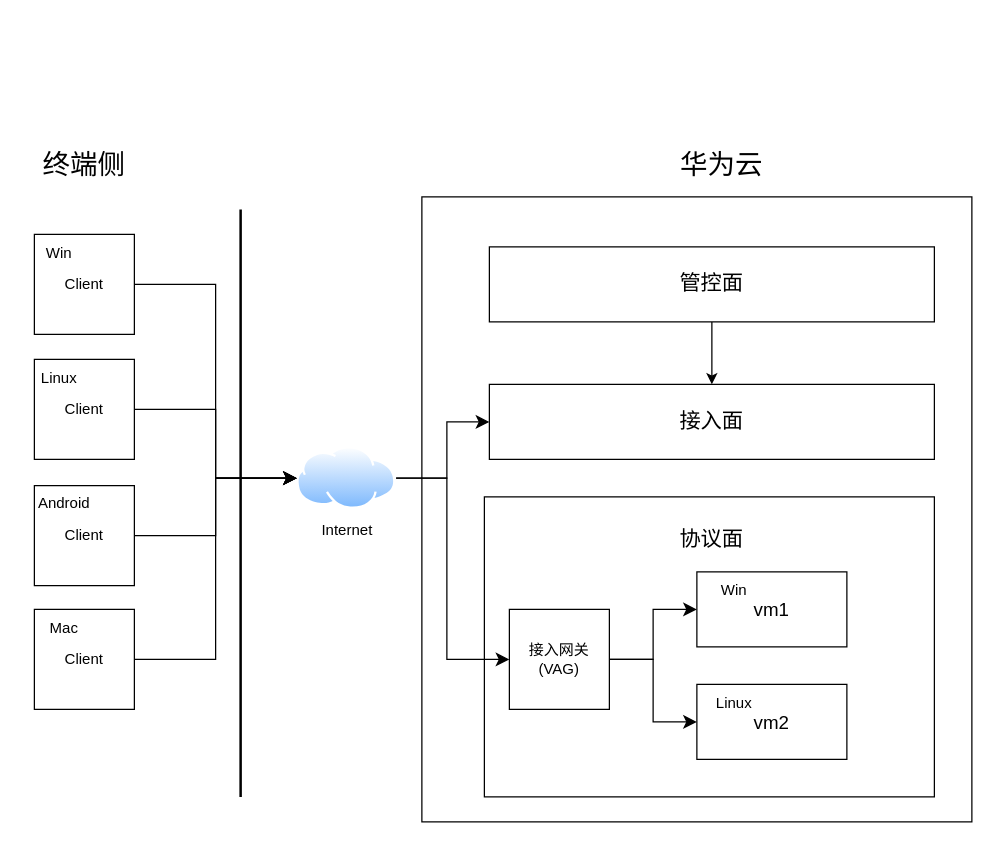
Above: workspace技术架构图.drawio in gduthhq/graphic (draw.io), before the change. Source tidied: cells renumbered, new cells numbered last; positions are measured from the earlier drawing's top-left corner, leaving out a move shared by most shapes. Both pictures are drawn from the tidied source at 125%, with x=0, y=0 at pixel (21, 146).
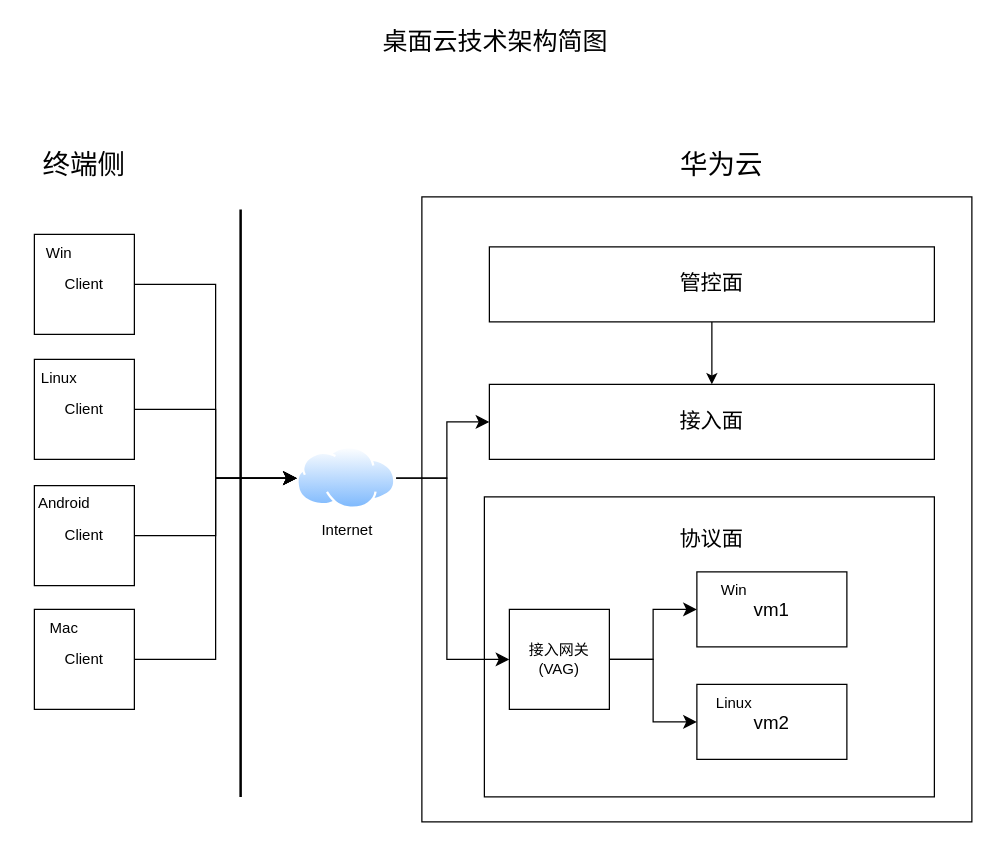
The same diagram, later.

Commit message:
更新workspace技术架构图.drawio

What changed in the source:
```diff
@@
+    <mxCell id="33" value="&lt;font style=&quot;font-size: 20px;&quot;&gt;桌面云技术架构简图&lt;/font&gt;" style="text;html=1;whiteSpace=wrap;strokeColor=none;fillColor=none;align=center;verticalAlign=middle;rounded=0;" parent="1" vertex="1">
+      <mxGeometry x="196" y="-100" width="366.3" height="30" as="geometry" />
+    </mxCell>
```
